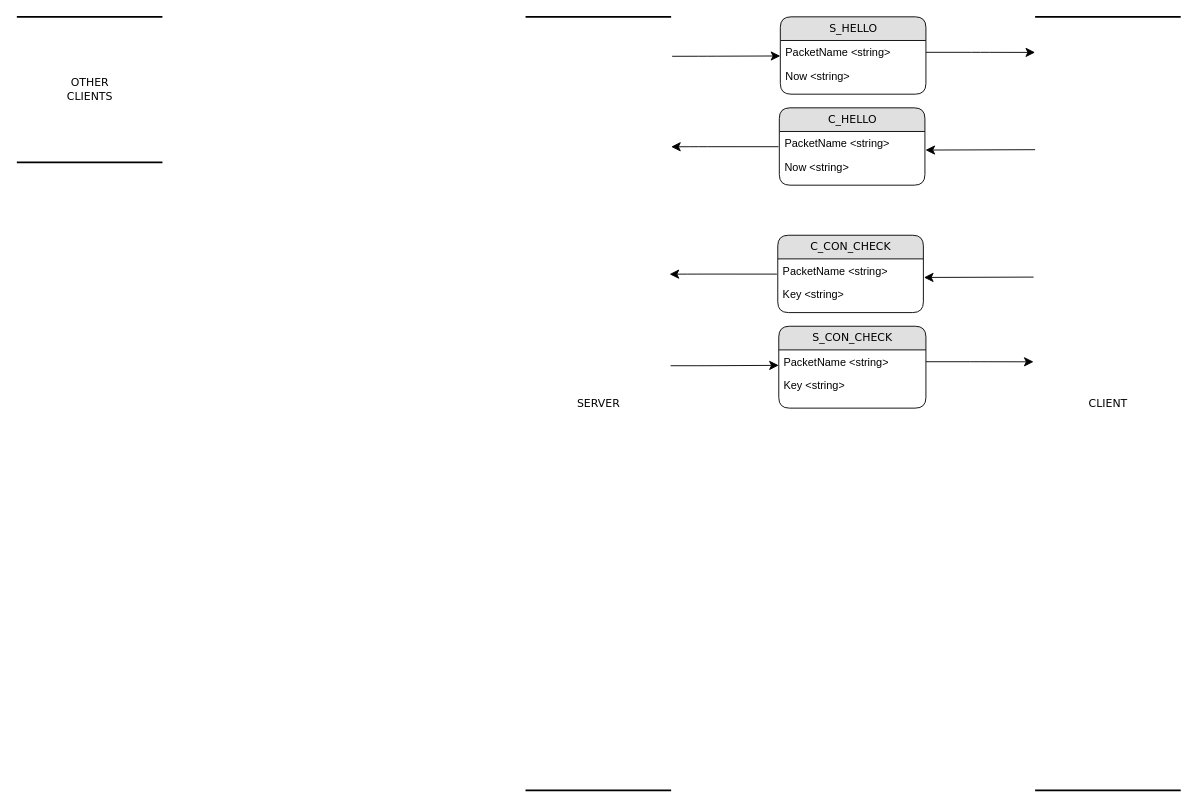
Before: documentation/Untitled Diagram.drawio in TresComaCatorce/MMORPG, a draw.io diagram. Source tidied: cells renumbered, new cells numbered last; positions are measured from the earlier drawing's top-left corner, leaving out a move shared by most shapes. Both pictures are drawn from the tidied source at 91%, with x=0, y=0 at pixel (16, 16).
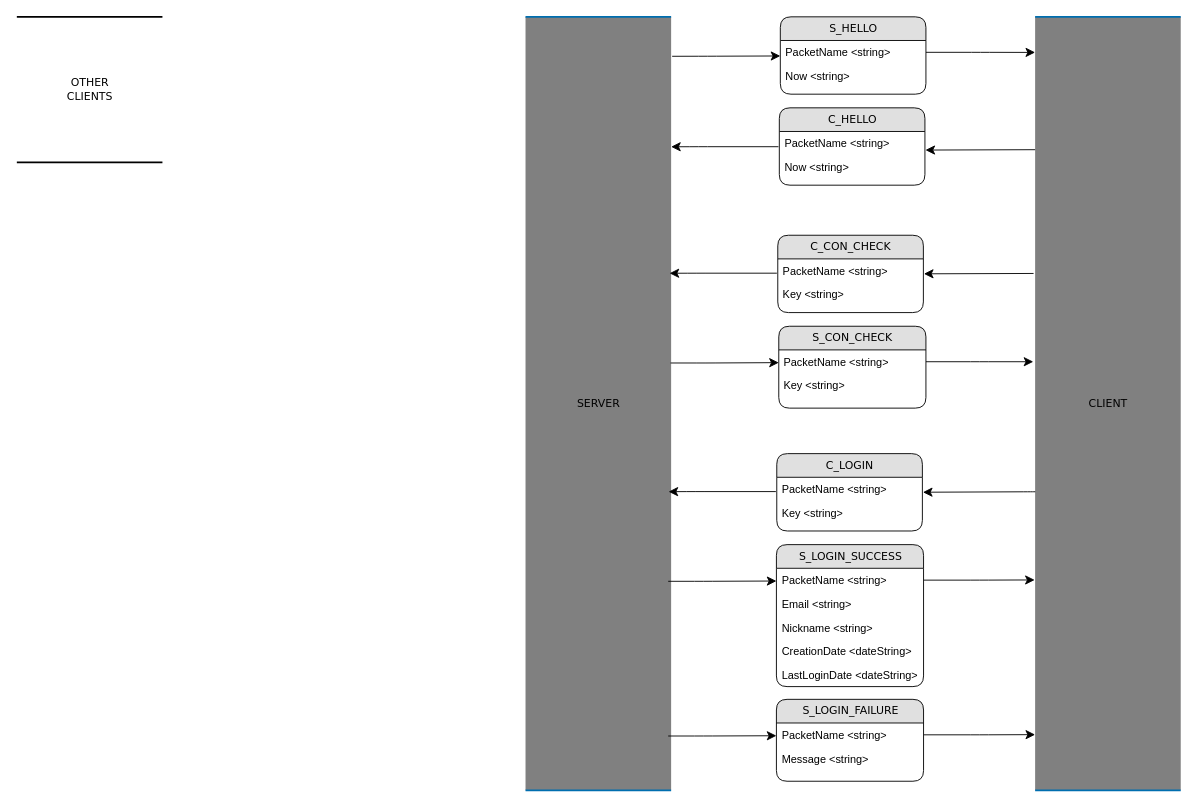
The same diagram, later.

Commit message:
Update Packets Diagram

Diff of the diagram source:
```diff
@@
-<mxGraphModel background="#ffffff">
+<mxGraphModel>
@@
-    <mxCell id="4" value="SERVER" style="html=1;rounded=0;shadow=0;comic=0;labelBackgroundColor=none;strokeWidth=2;fontFamily=Verdana;fontSize=12;align=center;shape=mxgraph.ios7ui.horLines;" parent="1" vertex="1">
+    <mxCell id="4" value="SERVER" style="html=1;rounded=0;shadow=0;comic=0;labelBackgroundColor=none;strokeWidth=2;fontFamily=Verdana;fontSize=12;align=center;shape=mxgraph.ios7ui.horLines;strokeColor=#006EAF;fontColor=#000000;fillColor=#808080;" parent="1" vertex="1">
       <mxGeometry x="559" width="160" height="850" as="geometry" />
     </mxCell>
@@
-    <mxCell id="6" value="CLIENT" style="html=1;rounded=0;shadow=0;comic=0;labelBackgroundColor=none;strokeWidth=2;fontFamily=Verdana;fontSize=12;align=center;shape=mxgraph.ios7ui.horLines;" parent="1" vertex="1">
+    <mxCell id="6" value="CLIENT" style="html=1;rounded=0;shadow=0;comic=0;labelBackgroundColor=none;strokeWidth=2;fontFamily=Verdana;fontSize=12;align=center;shape=mxgraph.ios7ui.horLines;strokeColor=#006EAF;fontColor=#000000;fillColor=#808080;" parent="1" vertex="1">
       <mxGeometry x="1119" width="160" height="850" as="geometry" />
     </mxCell>
-    <mxCell id="7" value="S_HELLO" style="swimlane;html=1;fontStyle=0;horizontal=1;startSize=26;fillColor=#e0e0e0;swimlaneFillColor=#ffffff;align=center;rounded=1;shadow=0;comic=0;labelBackgroundColor=none;strokeWidth=1;fontFamily=Verdana;fontSize=12;" parent="1" vertex="1">
+    <mxCell id="7" value="S_HELLO" style="swimlane;html=1;fontStyle=0;horizontal=1;startSize=26;fillColor=#e0e0e0;swimlaneFillColor=#ffffff;align=center;rounded=1;shadow=0;comic=0;labelBackgroundColor=none;strokeWidth=1;fontFamily=Verdana;fontSize=12;fontColor=#000000;" parent="1" vertex="1">
       <mxGeometry x="839" width="160" height="85" as="geometry" />
     </mxCell>
-    <mxCell id="8" value="PacketName &amp;lt;string&amp;gt;" style="text;html=1;strokeColor=none;fillColor=none;spacingLeft=4;spacingRight=4;whiteSpace=wrap;overflow=hidden;points=[[0,0.5],[1,0.5]];portConstraint=eastwest;" parent="7" vertex="1">
+    <mxCell id="8" value="PacketName &amp;lt;string&amp;gt;" style="text;html=1;strokeColor=none;fillColor=none;spacingLeft=4;spacingRight=4;whiteSpace=wrap;overflow=hidden;points=[[0,0.5],[1,0.5]];portConstraint=eastwest;fontColor=#000000;" parent="7" vertex="1">
       <mxGeometry y="26" width="160" height="26" as="geometry" />
     </mxCell>
-    <mxCell id="9" value="Now &amp;lt;string&amp;gt;" style="text;html=1;strokeColor=none;fillColor=none;spacingLeft=4;spacingRight=4;whiteSpace=wrap;overflow=hidden;" parent="7" vertex="1">
+    <mxCell id="9" value="Now &amp;lt;string&amp;gt;" style="text;html=1;strokeColor=none;fillColor=none;spacingLeft=4;spacingRight=4;whiteSpace=wrap;overflow=hidden;fontColor=#000000;" parent="7" vertex="1">
       <mxGeometry y="52" width="160" height="26" as="geometry" />
     </mxCell>
@@
-    <mxCell id="12" value="C_HELLO" style="swimlane;html=1;fontStyle=0;horizontal=1;startSize=26;fillColor=#e0e0e0;swimlaneFillColor=#ffffff;align=center;rounded=1;shadow=0;comic=0;labelBackgroundColor=none;strokeWidth=1;fontFamily=Verdana;fontSize=12;" parent="1" vertex="1">
+    <mxCell id="12" value="C_HELLO" style="swimlane;html=1;fontStyle=0;horizontal=1;startSize=26;fillColor=#e0e0e0;swimlaneFillColor=#ffffff;align=center;rounded=1;shadow=0;comic=0;labelBackgroundColor=none;strokeWidth=1;fontFamily=Verdana;fontSize=12;fontColor=#000000;" parent="1" vertex="1">
       <mxGeometry x="837.9" y="100" width="160" height="85" as="geometry" />
     </mxCell>
-    <mxCell id="13" value="PacketName &amp;lt;string&amp;gt;" style="text;html=1;strokeColor=none;fillColor=none;spacingLeft=4;spacingRight=4;whiteSpace=wrap;overflow=hidden;points=[[0,0.5],[1,0.5]];portConstraint=eastwest;" parent="12" vertex="1">
+    <mxCell id="13" value="PacketName &amp;lt;string&amp;gt;" style="text;html=1;strokeColor=none;fillColor=none;spacingLeft=4;spacingRight=4;whiteSpace=wrap;overflow=hidden;points=[[0,0.5],[1,0.5]];portConstraint=eastwest;fontColor=#000000;" parent="12" vertex="1">
       <mxGeometry y="26" width="160" height="26" as="geometry" />
     </mxCell>
-    <mxCell id="14" value="Now &amp;lt;string&amp;gt;" style="text;html=1;strokeColor=none;fillColor=none;spacingLeft=4;spacingRight=4;whiteSpace=wrap;overflow=hidden;" parent="12" vertex="1">
+    <mxCell id="14" value="Now &amp;lt;string&amp;gt;" style="text;html=1;strokeColor=none;fillColor=none;spacingLeft=4;spacingRight=4;whiteSpace=wrap;overflow=hidden;fontColor=#000000;" parent="12" vertex="1">
       <mxGeometry y="52" width="160" height="26" as="geometry" />
     </mxCell>
-    <mxCell id="15" style="edgeStyle=orthogonalEdgeStyle;html=1;entryX=0;entryY=0.5;labelBackgroundColor=none;startFill=0;startSize=8;endFill=1;endSize=8;fontFamily=Verdana;fontSize=12;entryDx=0;entryDy=0;exitX=1.007;exitY=0.051;exitDx=0;exitDy=0;exitPerimeter=0;" parent="1" edge="1">
+    <mxCell id="15" style="edgeStyle=orthogonalEdgeStyle;html=1;entryX=0;entryY=0.5;labelBackgroundColor=none;startFill=0;startSize=8;endFill=1;endSize=8;fontFamily=Verdana;fontSize=12;entryDx=0;entryDy=0;exitX=1.007;exitY=0.051;exitDx=0;exitDy=0;exitPerimeter=0;fontColor=#000000;" parent="1" edge="1">
       <mxGeometry relative="1" as="geometry">
-        <mxPoint x="718.4" y="383.4" as="sourcePoint" />
-        <mxPoint x="837.3" y="383" as="targetPoint" />
+        <mxPoint x="718.4" y="380.4" as="sourcePoint" />
+        <mxPoint x="837.3" y="380" as="targetPoint" />
         <Array as="points">
-          <mxPoint x="757.3" y="383" />
+          <mxPoint x="757.3" y="380" />
         </Array>
       </mxGeometry>
     </mxCell>
-    <mxCell id="16" style="edgeStyle=orthogonalEdgeStyle;html=1;exitX=1;exitY=0.5;entryX=0;entryY=0.046;labelBackgroundColor=none;startFill=0;startSize=8;endFill=1;endSize=8;fontFamily=Verdana;fontSize=12;entryDx=0;entryDy=0;exitDx=0;exitDy=0;entryPerimeter=0;" parent="1" edge="1" source="23">
+    <mxCell id="16" style="edgeStyle=orthogonalEdgeStyle;html=1;exitX=1;exitY=0.5;labelBackgroundColor=none;startFill=0;startSize=8;endFill=1;endSize=8;fontFamily=Verdana;fontSize=12;exitDx=0;exitDy=0;fontColor=#000000;" parent="1" edge="1" source="23">
       <mxGeometry relative="1" as="geometry">
-        <mxPoint x="1117.3" y="379.1" as="targetPoint" />
+        <mxPoint x="1117" y="379" as="targetPoint" />
       </mxGeometry>
     </mxCell>
-    <mxCell id="17" style="edgeStyle=orthogonalEdgeStyle;html=1;labelBackgroundColor=none;startFill=0;startSize=8;endFill=1;endSize=8;fontFamily=Verdana;fontSize=12;targetPerimeterSpacing=0;entryX=1;entryY=0.168;entryDx=0;entryDy=0;entryPerimeter=0;exitX=-0.006;exitY=0.643;exitDx=0;exitDy=0;exitPerimeter=0;" parent="1" edge="1" source="20">
+    <mxCell id="17" style="edgeStyle=orthogonalEdgeStyle;html=1;labelBackgroundColor=none;startFill=0;startSize=8;endFill=1;endSize=8;fontFamily=Verdana;fontSize=12;targetPerimeterSpacing=0;entryX=1;entryY=0.168;entryDx=0;entryDy=0;entryPerimeter=0;exitX=-0.006;exitY=0.643;exitDx=0;exitDy=0;exitPerimeter=0;fontColor=#000000;" parent="1" edge="1">
       <mxGeometry relative="1" as="geometry">
-        <mxPoint x="717.3" y="282.8" as="targetPoint" />
+        <mxPoint x="835.2" y="281.7" as="sourcePoint" />
+        <mxPoint x="717.3" y="281.8" as="targetPoint" />
         <Array as="points">
-          <mxPoint x="747.3" y="283" />
+          <mxPoint x="747.3" y="282" />
         </Array>
       </mxGeometry>
     </mxCell>
-    <mxCell id="18" style="edgeStyle=orthogonalEdgeStyle;html=1;labelBackgroundColor=none;startFill=0;startSize=8;endFill=1;endSize=8;fontFamily=Verdana;fontSize=12;entryX=1.004;entryY=0.246;entryDx=0;entryDy=0;entryPerimeter=0;" parent="1" edge="1">
+    <mxCell id="18" style="edgeStyle=orthogonalEdgeStyle;html=1;labelBackgroundColor=none;startFill=0;startSize=8;endFill=1;endSize=8;fontFamily=Verdana;fontSize=12;entryX=1.004;entryY=0.246;entryDx=0;entryDy=0;entryPerimeter=0;fontColor=#000000;" parent="1" edge="1">
       <mxGeometry relative="1" as="geometry">
-        <mxPoint x="1117.3" y="286" as="sourcePoint" />
-        <mxPoint x="996.8" y="286.4" as="targetPoint" />
+        <mxPoint x="1117.3" y="282" as="sourcePoint" />
+        <mxPoint x="996.8" y="282.4" as="targetPoint" />
         <Array as="points">
-          <mxPoint x="1117.3" y="286" />
+          <mxPoint x="1117.3" y="282" />
         </Array>
       </mxGeometry>
     </mxCell>
-    <mxCell id="19" value="C_CON_CHECK" style="swimlane;html=1;fontStyle=0;horizontal=1;startSize=26;fillColor=#e0e0e0;swimlaneFillColor=#ffffff;align=center;rounded=1;shadow=0;comic=0;labelBackgroundColor=none;strokeWidth=1;fontFamily=Verdana;fontSize=12;" parent="1" vertex="1">
+    <mxCell id="19" value="C_CON_CHECK" style="swimlane;html=1;fontStyle=0;horizontal=1;startSize=26;fillColor=#e0e0e0;swimlaneFillColor=#ffffff;align=center;rounded=1;shadow=0;comic=0;labelBackgroundColor=none;strokeWidth=1;fontFamily=Verdana;fontSize=12;fontColor=#000000;" parent="1" vertex="1">
       <mxGeometry x="836.2" y="240" width="160" height="85" as="geometry" />
     </mxCell>
-    <mxCell id="20" value="PacketName &amp;lt;string&amp;gt;" style="text;html=1;strokeColor=none;fillColor=none;spacingLeft=4;spacingRight=4;whiteSpace=wrap;overflow=hidden;points=[[0,0.5],[1,0.5]];portConstraint=eastwest;" parent="19" vertex="1">
+    <mxCell id="20" value="PacketName &amp;lt;string&amp;gt;" style="text;html=1;strokeColor=none;fillColor=none;spacingLeft=4;spacingRight=4;whiteSpace=wrap;overflow=hidden;points=[[0,0.5],[1,0.5]];portConstraint=eastwest;fontColor=#000000;" parent="19" vertex="1">
       <mxGeometry y="26" width="160" height="26" as="geometry" />
     </mxCell>
-    <mxCell id="21" value="Key &amp;lt;string&amp;gt;" style="text;html=1;strokeColor=none;fillColor=none;spacingLeft=4;spacingRight=4;whiteSpace=wrap;overflow=hidden;" parent="19" vertex="1">
+    <mxCell id="21" value="Key &amp;lt;string&amp;gt;" style="text;html=1;strokeColor=none;fillColor=none;spacingLeft=4;spacingRight=4;whiteSpace=wrap;overflow=hidden;fontColor=#000000;" parent="19" vertex="1">
       <mxGeometry y="52" width="160" height="26" as="geometry" />
     </mxCell>
-    <mxCell id="22" value="S_CON_CHECK" style="swimlane;html=1;fontStyle=0;horizontal=1;startSize=26;fillColor=#e0e0e0;swimlaneFillColor=#ffffff;align=center;rounded=1;shadow=0;comic=0;labelBackgroundColor=none;strokeWidth=1;fontFamily=Verdana;fontSize=12;" parent="1" vertex="1">
+    <mxCell id="22" value="S_CON_CHECK" style="swimlane;html=1;fontStyle=0;horizontal=1;startSize=26;fillColor=#e0e0e0;swimlaneFillColor=#ffffff;align=center;rounded=1;shadow=0;comic=0;labelBackgroundColor=none;strokeWidth=1;fontFamily=Verdana;fontSize=12;fontColor=#000000;" parent="1" vertex="1">
       <mxGeometry x="837.3" y="340" width="161.7" height="90" as="geometry" />
     </mxCell>
-    <mxCell id="23" value="PacketName &amp;lt;string&amp;gt;" style="text;html=1;strokeColor=none;fillColor=none;spacingLeft=4;spacingRight=4;whiteSpace=wrap;overflow=hidden;points=[[0,0.5],[1,0.5]];portConstraint=eastwest;" parent="22" vertex="1">
+    <mxCell id="23" value="PacketName &amp;lt;string&amp;gt;" style="text;html=1;strokeColor=none;fillColor=none;spacingLeft=4;spacingRight=4;whiteSpace=wrap;overflow=hidden;points=[[0,0.5],[1,0.5]];portConstraint=eastwest;fontColor=#000000;" parent="22" vertex="1">
       <mxGeometry y="26" width="161.7" height="26" as="geometry" />
     </mxCell>
-    <mxCell id="24" value="Key &amp;lt;string&amp;gt;" style="text;html=1;strokeColor=none;fillColor=none;spacingLeft=4;spacingRight=4;whiteSpace=wrap;overflow=hidden;" parent="22" vertex="1">
+    <mxCell id="24" value="Key &amp;lt;string&amp;gt;" style="text;html=1;strokeColor=none;fillColor=none;spacingLeft=4;spacingRight=4;whiteSpace=wrap;overflow=hidden;fontColor=#000000;" parent="22" vertex="1">
       <mxGeometry y="52" width="161.7" height="26" as="geometry" />
     </mxCell>
+    <mxCell id="25" style="edgeStyle=orthogonalEdgeStyle;html=1;entryX=0;entryY=0.5;labelBackgroundColor=none;startFill=0;startSize=8;endFill=1;endSize=8;fontFamily=Verdana;fontSize=12;entryDx=0;entryDy=0;exitX=1.007;exitY=0.051;exitDx=0;exitDy=0;exitPerimeter=0;fontColor=#000000;" parent="1" edge="1">
+      <mxGeometry relative="1" as="geometry">
+        <mxPoint x="715.8" y="620.3" as="sourcePoint" />
+        <mxPoint x="834.7" y="620" as="targetPoint" />
+        <Array as="points">
+          <mxPoint x="754.7" y="620" />
+        </Array>
+      </mxGeometry>
+    </mxCell>
+    <mxCell id="26" style="edgeStyle=orthogonalEdgeStyle;html=1;exitX=1;exitY=0.5;labelBackgroundColor=none;startFill=0;startSize=8;endFill=1;endSize=8;fontFamily=Verdana;fontSize=12;exitDx=0;exitDy=0;fontColor=#000000;entryX=-0.003;entryY=0.728;entryDx=0;entryDy=0;entryPerimeter=0;" parent="1" edge="1" source="33" target="6">
+      <mxGeometry relative="1" as="geometry" />
+    </mxCell>
+    <mxCell id="27" style="edgeStyle=orthogonalEdgeStyle;html=1;labelBackgroundColor=none;startFill=0;startSize=8;endFill=1;endSize=8;fontFamily=Verdana;fontSize=12;targetPerimeterSpacing=0;entryX=1;entryY=0.168;entryDx=0;entryDy=0;entryPerimeter=0;exitX=-0.006;exitY=0.643;exitDx=0;exitDy=0;exitPerimeter=0;fontColor=#000000;" parent="1" edge="1">
+      <mxGeometry relative="1" as="geometry">
+        <mxPoint x="834.1" y="521.7" as="sourcePoint" />
+        <mxPoint x="716.2" y="521.8" as="targetPoint" />
+        <Array as="points">
+          <mxPoint x="746.2" y="522" />
+        </Array>
+      </mxGeometry>
+    </mxCell>
+    <mxCell id="28" style="edgeStyle=orthogonalEdgeStyle;html=1;labelBackgroundColor=none;startFill=0;startSize=8;endFill=1;endSize=8;fontFamily=Verdana;fontSize=12;entryX=1.004;entryY=0.246;entryDx=0;entryDy=0;entryPerimeter=0;fontColor=#000000;exitX=0.001;exitY=0.614;exitDx=0;exitDy=0;exitPerimeter=0;" parent="1" edge="1" source="6">
+      <mxGeometry relative="1" as="geometry">
+        <mxPoint x="995.7" y="522.4" as="targetPoint" />
+        <Array as="points">
+          <mxPoint x="1116" y="522" />
+        </Array>
+      </mxGeometry>
+    </mxCell>
+    <mxCell id="29" value="C_LOGIN" style="swimlane;html=1;fontStyle=0;horizontal=1;startSize=26;fillColor=#e0e0e0;swimlaneFillColor=#ffffff;align=center;rounded=1;shadow=0;comic=0;labelBackgroundColor=none;strokeWidth=1;fontFamily=Verdana;fontSize=12;fontColor=#000000;" parent="1" vertex="1">
+      <mxGeometry x="835.1" y="480" width="160" height="85" as="geometry" />
+    </mxCell>
+    <mxCell id="30" value="PacketName &amp;lt;string&amp;gt;" style="text;html=1;strokeColor=none;fillColor=none;spacingLeft=4;spacingRight=4;whiteSpace=wrap;overflow=hidden;fontColor=#000000;" parent="29" vertex="1">
+      <mxGeometry y="26" width="160" height="26" as="geometry" />
+    </mxCell>
+    <mxCell id="31" value="Key &amp;lt;string&amp;gt;" style="text;html=1;strokeColor=none;fillColor=none;spacingLeft=4;spacingRight=4;whiteSpace=wrap;overflow=hidden;" parent="29" vertex="1">
+      <mxGeometry y="52" width="160" height="26" as="geometry" />
+    </mxCell>
+    <mxCell id="32" value="S_LOGIN_SUCCESS" style="swimlane;html=1;fontStyle=0;horizontal=1;startSize=26;fillColor=#e0e0e0;swimlaneFillColor=#ffffff;align=center;rounded=1;shadow=0;comic=0;labelBackgroundColor=none;strokeWidth=1;fontFamily=Verdana;fontSize=12;fontColor=#000000;" parent="1" vertex="1">
+      <mxGeometry x="834.7" y="580" width="161.7" height="156" as="geometry" />
+    </mxCell>
+    <mxCell id="33" value="PacketName &amp;lt;string&amp;gt;" style="text;html=1;strokeColor=none;fillColor=none;spacingLeft=4;spacingRight=4;whiteSpace=wrap;overflow=hidden;points=[[0,0.5],[1,0.5]];portConstraint=eastwest;fontColor=#000000;" parent="32" vertex="1">
+      <mxGeometry y="26" width="161.7" height="26" as="geometry" />
+    </mxCell>
+    <mxCell id="34" value="Email &amp;lt;string&amp;gt;" style="text;html=1;strokeColor=none;fillColor=none;spacingLeft=4;spacingRight=4;whiteSpace=wrap;overflow=hidden;fontColor=#000000;" parent="32" vertex="1">
+      <mxGeometry y="52" width="161.7" height="26" as="geometry" />
+    </mxCell>
+    <mxCell id="35" value="Nickname &amp;lt;string&amp;gt;" style="text;html=1;strokeColor=none;fillColor=none;spacingLeft=4;spacingRight=4;whiteSpace=wrap;overflow=hidden;fontColor=#000000;" parent="32" vertex="1">
+      <mxGeometry y="78" width="161.7" height="26" as="geometry" />
+    </mxCell>
+    <mxCell id="36" value="CreationDate &amp;lt;dateString&amp;gt;" style="text;html=1;strokeColor=none;fillColor=none;spacingLeft=4;spacingRight=4;whiteSpace=wrap;overflow=hidden;fontColor=#000000;" parent="32" vertex="1">
+      <mxGeometry y="104" width="161.7" height="26" as="geometry" />
+    </mxCell>
+    <mxCell id="37" value="LastLoginDate &amp;lt;dateString&amp;gt;" style="text;html=1;strokeColor=none;fillColor=none;spacingLeft=4;spacingRight=4;whiteSpace=wrap;overflow=hidden;fontColor=#000000;" parent="32" vertex="1">
+      <mxGeometry y="130" width="161.7" height="26" as="geometry" />
+    </mxCell>
+    <mxCell id="38" style="edgeStyle=orthogonalEdgeStyle;html=1;entryX=0;entryY=0.5;labelBackgroundColor=none;startFill=0;startSize=8;endFill=1;endSize=8;fontFamily=Verdana;fontSize=12;entryDx=0;entryDy=0;exitX=1.007;exitY=0.051;exitDx=0;exitDy=0;exitPerimeter=0;fontColor=#000000;" parent="1" edge="1">
+      <mxGeometry relative="1" as="geometry">
+        <mxPoint x="715.8" y="790.3" as="sourcePoint" />
+        <mxPoint x="834.7" y="790" as="targetPoint" />
+        <Array as="points">
+          <mxPoint x="754.7" y="790" />
+        </Array>
+      </mxGeometry>
+    </mxCell>
+    <mxCell id="39" style="edgeStyle=orthogonalEdgeStyle;html=1;exitX=1;exitY=0.5;labelBackgroundColor=none;startFill=0;startSize=8;endFill=1;endSize=8;fontFamily=Verdana;fontSize=12;exitDx=0;exitDy=0;fontColor=#000000;entryX=0;entryY=0.928;entryDx=0;entryDy=0;entryPerimeter=0;" parent="1" edge="1" source="41" target="6">
+      <mxGeometry relative="1" as="geometry" />
+    </mxCell>
+    <mxCell id="40" value="S_LOGIN_FAILURE" style="swimlane;html=1;fontStyle=0;horizontal=1;startSize=26;fillColor=#e0e0e0;swimlaneFillColor=#ffffff;align=center;rounded=1;shadow=0;comic=0;labelBackgroundColor=none;strokeWidth=1;fontFamily=Verdana;fontSize=12;fontColor=#000000;" parent="1" vertex="1">
+      <mxGeometry x="834.7" y="750" width="161.7" height="90" as="geometry" />
+    </mxCell>
+    <mxCell id="41" value="PacketName &amp;lt;string&amp;gt;" style="text;html=1;strokeColor=none;fillColor=none;spacingLeft=4;spacingRight=4;whiteSpace=wrap;overflow=hidden;points=[[0,0.5],[1,0.5]];portConstraint=eastwest;fontColor=#000000;" parent="40" vertex="1">
+      <mxGeometry y="26" width="161.7" height="26" as="geometry" />
+    </mxCell>
+    <mxCell id="42" value="Message &amp;lt;string&amp;gt;" style="text;html=1;strokeColor=none;fillColor=none;spacingLeft=4;spacingRight=4;whiteSpace=wrap;overflow=hidden;fontColor=#000000;" parent="40" vertex="1">
+      <mxGeometry y="52" width="161.7" height="26" as="geometry" />
+    </mxCell>
```
